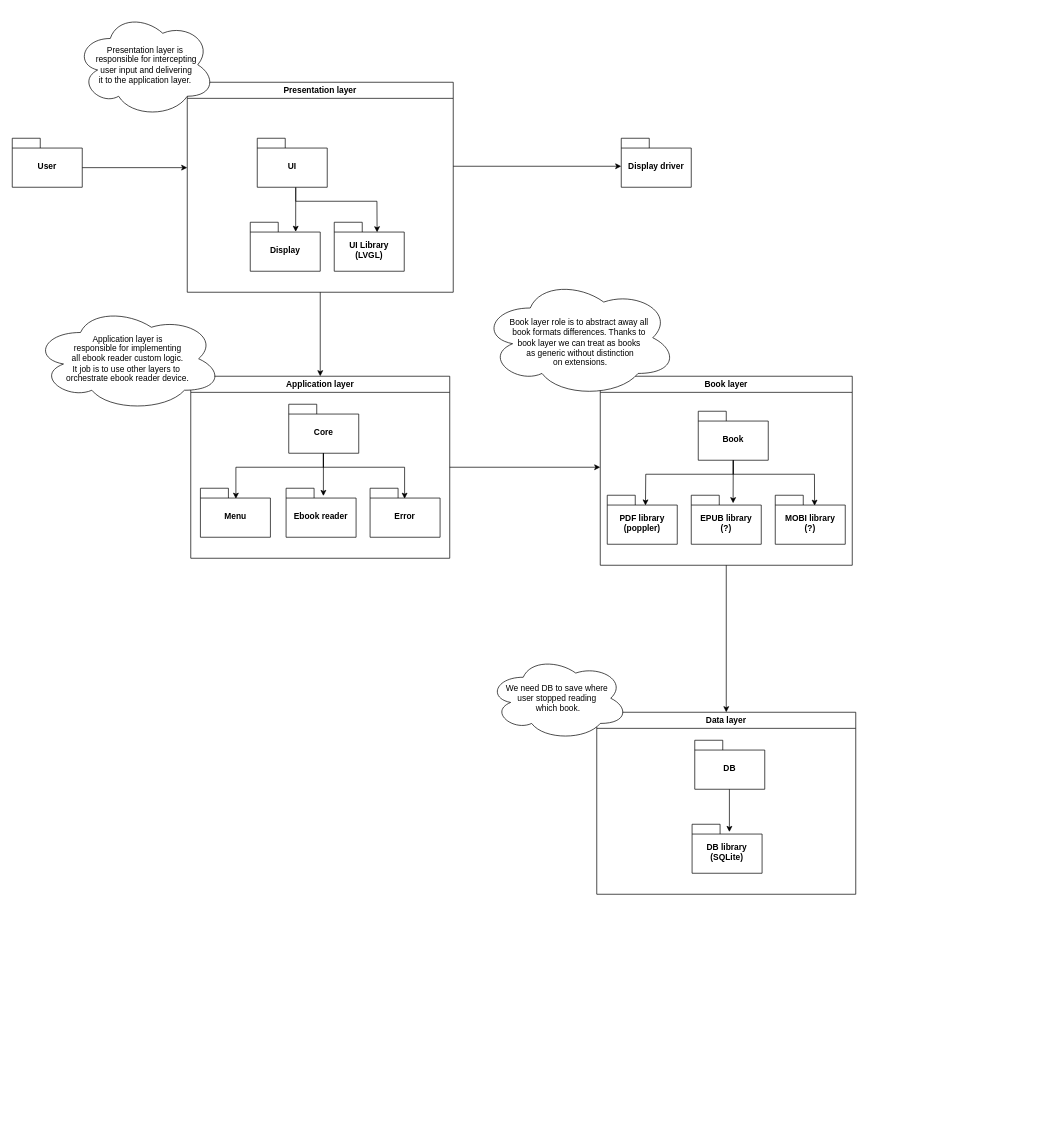
Earlier version of the draw.io diagram page "Application architecture" (1 of 3) of docs/ebook_reader_fsm.drawio (KubaTaba1uga/stm32mp135f_ebook_reader). Source tidied: cells renumbered, new cells numbered last; positions are measured from the earlier drawing's top-left corner, leaving out a move shared by most shapes. Both pictures are drawn from the tidied source at 70%, with x=0, y=0 at pixel (12, 12).
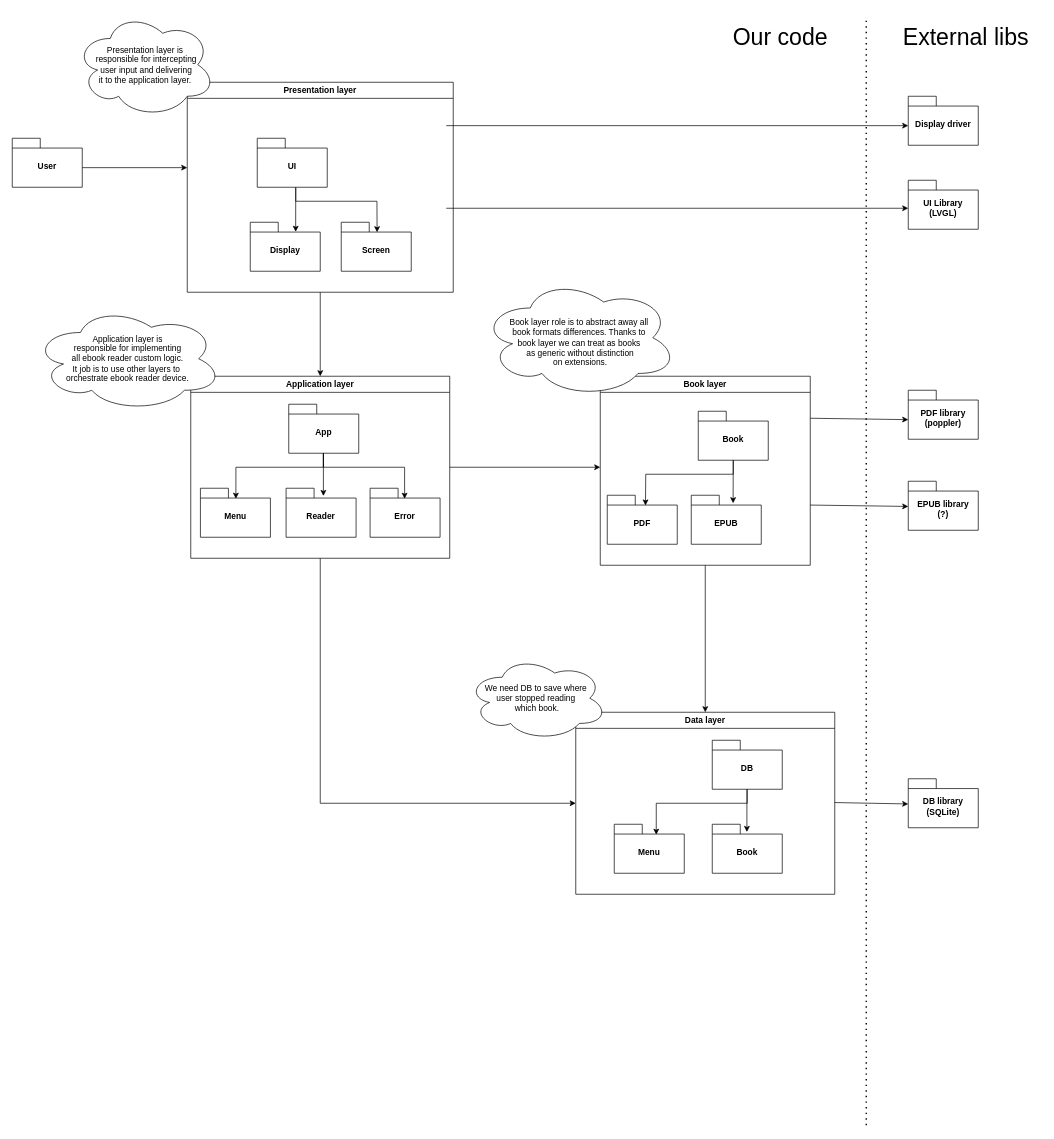
Above is the later version.

The change refers to these unchanged cells:
```xml
<mxCell id="11" value="Application layer" style="swimlane;whiteSpace=wrap;html=1;" parent="1" vertex="1">
  <mxGeometry x="255" y="520" width="370" height="260" as="geometry" />
</mxCell>
<mxCell id="20" value="Presentation layer" style="swimlane;whiteSpace=wrap;html=1;" parent="1" vertex="1">
  <mxGeometry x="250" y="100" width="380" height="300" as="geometry" />
</mxCell>
```

Diff of the diagram source:
```diff
@@
     <mxCell id="3" value="Book layer" style="swimlane;whiteSpace=wrap;html=1;" parent="1" vertex="1">
-      <mxGeometry x="840" y="520" width="360" height="270" as="geometry" />
+      <mxGeometry x="840" y="520" width="300" height="270" as="geometry" />
     </mxCell>
@@
-    <mxCell id="5" value="PDF library&lt;div&gt;(poppler)&lt;/div&gt;" style="shape=folder;fontStyle=1;spacingTop=10;tabWidth=40;tabHeight=14;tabPosition=left;html=1;whiteSpace=wrap;" parent="3" vertex="1">
+    <mxCell id="5" value="PDF" style="shape=folder;fontStyle=1;spacingTop=10;tabWidth=40;tabHeight=14;tabPosition=left;html=1;whiteSpace=wrap;" parent="3" vertex="1">
       <mxGeometry x="10" y="170" width="100" height="70" as="geometry" />
     </mxCell>
-    <mxCell id="6" value="EPUB library&lt;div&gt;(?)&lt;/div&gt;" style="shape=folder;fontStyle=1;spacingTop=10;tabWidth=40;tabHeight=14;tabPosition=left;html=1;whiteSpace=wrap;" parent="3" vertex="1">
+    <mxCell id="6" value="EPUB" style="shape=folder;fontStyle=1;spacingTop=10;tabWidth=40;tabHeight=14;tabPosition=left;html=1;whiteSpace=wrap;" parent="3" vertex="1">
       <mxGeometry x="130" y="170" width="100" height="70" as="geometry" />
     </mxCell>
-    <mxCell id="7" value="MOBI library&lt;div&gt;(?)&lt;/div&gt;" style="shape=folder;fontStyle=1;spacingTop=10;tabWidth=40;tabHeight=14;tabPosition=left;html=1;whiteSpace=wrap;" parent="3" vertex="1">
-      <mxGeometry x="250" y="170" width="100" height="70" as="geometry" />
-    </mxCell>
@@
-    <mxCell id="9" style="endArrow=classic;html=1;rounded=0;entryX=0.562;entryY=0.214;entryDx=0;entryDy=0;entryPerimeter=0;" parent="3" edge="1" target="7">
-      <mxGeometry relative="1" as="geometry">
-        <mxPoint x="190" y="120" as="sourcePoint" />
-        <Array as="points">
-          <mxPoint x="190" y="140" />
-          <mxPoint x="306" y="140" />
-        </Array>
-      </mxGeometry>
-    </mxCell>
@@
-    <mxCell id="12" value="Core" style="shape=folder;fontStyle=1;spacingTop=10;tabWidth=40;tabHeight=14;tabPosition=left;html=1;whiteSpace=wrap;" parent="11" vertex="1">
+    <mxCell id="12" value="App" style="shape=folder;fontStyle=1;spacingTop=10;tabWidth=40;tabHeight=14;tabPosition=left;html=1;whiteSpace=wrap;" parent="11" vertex="1">
       <mxGeometry x="140" y="40" width="100" height="70" as="geometry" />
     </mxCell>
@@
-    <mxCell id="14" value="Ebook reader" style="shape=folder;fontStyle=1;spacingTop=10;tabWidth=40;tabHeight=14;tabPosition=left;html=1;whiteSpace=wrap;" parent="11" vertex="1">
+    <mxCell id="14" value="Reader" style="shape=folder;fontStyle=1;spacingTop=10;tabWidth=40;tabHeight=14;tabPosition=left;html=1;whiteSpace=wrap;" parent="11" vertex="1">
       <mxGeometry x="136.2" y="160" width="100" height="70" as="geometry" />
     </mxCell>
@@
-    <mxCell id="21" value="UI Library&lt;br&gt;(LVGL)" style="shape=folder;fontStyle=1;spacingTop=10;tabWidth=40;tabHeight=14;tabPosition=left;html=1;whiteSpace=wrap;" parent="20" vertex="1">
-      <mxGeometry x="210" y="200" width="100" height="70" as="geometry" />
-    </mxCell>
@@
-    <mxCell id="24" style="endArrow=classic;html=1;rounded=0;entryX=0.612;entryY=0.205;entryDx=0;entryDy=0;entryPerimeter=0;" parent="20" edge="1" target="21">
+    <mxCell id="24" style="endArrow=classic;html=1;rounded=0;entryX=0.612;entryY=0.205;entryDx=0;entryDy=0;entryPerimeter=0;" parent="20" edge="1">
       <mxGeometry relative="1" as="geometry">
         <mxPoint x="155" y="150" as="sourcePoint" />
+        <mxPoint x="271.2" y="214.3" as="targetPoint" />
         <Array as="points">
           <mxPoint x="155" y="170" />
           <mxPoint x="271" y="170" />
         </Array>
       </mxGeometry>
     </mxCell>
@@
+    <mxCell id="39" value="Screen" style="shape=folder;fontStyle=1;spacingTop=10;tabWidth=40;tabHeight=14;tabPosition=left;html=1;whiteSpace=wrap;" parent="20" vertex="1">
+      <mxGeometry x="220" y="200" width="100" height="70" as="geometry" />
+    </mxCell>
@@
     <mxCell id="31" value="Data layer" style="swimlane;whiteSpace=wrap;html=1;" parent="1" vertex="1">
-      <mxGeometry x="835" y="1000" width="370" height="260" as="geometry" />
+      <mxGeometry x="805" y="1000" width="370" height="260" as="geometry" />
     </mxCell>
     <mxCell id="32" value="DB" style="shape=folder;fontStyle=1;spacingTop=10;tabWidth=40;tabHeight=14;tabPosition=left;html=1;whiteSpace=wrap;" parent="31" vertex="1">
-      <mxGeometry x="140" y="40" width="100" height="70" as="geometry" />
+      <mxGeometry x="195" y="40" width="100" height="70" as="geometry" />
     </mxCell>
-    <mxCell id="33" value="DB library (SQLite)" style="shape=folder;fontStyle=1;spacingTop=10;tabWidth=40;tabHeight=14;tabPosition=left;html=1;whiteSpace=wrap;" parent="31" vertex="1">
-      <mxGeometry x="136.2" y="160" width="100" height="70" as="geometry" />
-    </mxCell>
     <mxCell id="34" style="endArrow=classic;html=1;rounded=0;entryX=0.598;entryY=0.163;entryDx=0;entryDy=0;entryPerimeter=0;" parent="31" edge="1">
       <mxGeometry relative="1" as="geometry">
-        <mxPoint x="189.5" y="110" as="sourcePoint" />
-        <mxPoint x="189.5" y="171" as="targetPoint" />
+        <mxPoint x="244.5" y="110" as="sourcePoint" />
+        <mxPoint x="244.5" y="171" as="targetPoint" />
       </mxGeometry>
     </mxCell>
+    <mxCell id="40" value="Book" style="shape=folder;fontStyle=1;spacingTop=10;tabWidth=40;tabHeight=14;tabPosition=left;html=1;whiteSpace=wrap;" parent="31" vertex="1">
+      <mxGeometry x="195" y="160" width="100" height="70" as="geometry" />
+    </mxCell>
+    <mxCell id="41" value="Menu" style="shape=folder;fontStyle=1;spacingTop=10;tabWidth=40;tabHeight=14;tabPosition=left;html=1;whiteSpace=wrap;" parent="31" vertex="1">
+      <mxGeometry x="55" y="160" width="100" height="70" as="geometry" />
+    </mxCell>
+    <mxCell id="42" style="endArrow=classic;html=1;rounded=0;exitX=0.5;exitY=1;exitDx=0;exitDy=0;exitPerimeter=0;entryX=0.546;entryY=0.209;entryDx=0;entryDy=0;entryPerimeter=0;" parent="31" edge="1" source="32">
+      <mxGeometry relative="1" as="geometry">
+        <mxPoint x="115" y="175" as="targetPoint" />
+        <Array as="points">
+          <mxPoint x="245" y="130" />
+          <mxPoint x="115" y="130" />
+        </Array>
+      </mxGeometry>
+    </mxCell>
     <mxCell id="35" value="&lt;div&gt;We need DB to save where&amp;nbsp;&lt;/div&gt;&lt;div&gt;user stopped reading&amp;nbsp;&lt;/div&gt;&lt;div&gt;which book.&lt;/div&gt;" style="ellipse;shape=cloud;whiteSpace=wrap;html=1;" parent="1" vertex="1">
-      <mxGeometry x="680" y="920" width="200" height="120" as="geometry" />
+      <mxGeometry x="650" y="920" width="200" height="120" as="geometry" />
     </mxCell>
@@
-    <mxCell id="37" style="endArrow=classic;html=1;rounded=0;exitX=0;exitY=0;exitDx=100;exitDy=42;exitPerimeter=0;" parent="1" edge="1">
-      <mxGeometry relative="1" as="geometry">
-        <mxPoint x="630" y="220" as="sourcePoint" />
-        <mxPoint x="870" y="220" as="targetPoint" />
-      </mxGeometry>
-    </mxCell>
     <mxCell id="38" value="Display driver" style="shape=folder;fontStyle=1;spacingTop=10;tabWidth=40;tabHeight=14;tabPosition=left;html=1;whiteSpace=wrap;" parent="1" vertex="1">
-      <mxGeometry x="870" y="180" width="100" height="70" as="geometry" />
+      <mxGeometry x="1280" y="120" width="100" height="70" as="geometry" />
     </mxCell>
+    <mxCell id="21" value="UI Library&lt;br&gt;(LVGL)" style="shape=folder;fontStyle=1;spacingTop=10;tabWidth=40;tabHeight=14;tabPosition=left;html=1;whiteSpace=wrap;" parent="1" vertex="1">
+      <mxGeometry x="1280" y="240" width="100" height="70" as="geometry" />
+    </mxCell>
+    <mxCell id="43" style="endArrow=classic;html=1;rounded=0;exitX=0.5;exitY=1;exitDx=0;exitDy=0;entryX=0;entryY=0.5;entryDx=0;entryDy=0;" parent="1" edge="1" source="11" target="31">
+      <mxGeometry relative="1" as="geometry">
+        <Array as="points">
+          <mxPoint x="440" y="1130" />
+        </Array>
+      </mxGeometry>
+    </mxCell>
+    <mxCell id="33" value="DB library (SQLite)" style="shape=folder;fontStyle=1;spacingTop=10;tabWidth=40;tabHeight=14;tabPosition=left;html=1;whiteSpace=wrap;" parent="1" vertex="1">
+      <mxGeometry x="1280" y="1095" width="100" height="70" as="geometry" />
+    </mxCell>
+    <mxCell id="44" value="PDF library&lt;div&gt;(poppler)&lt;/div&gt;" style="shape=folder;fontStyle=1;spacingTop=10;tabWidth=40;tabHeight=14;tabPosition=left;html=1;whiteSpace=wrap;" parent="1" vertex="1">
+      <mxGeometry x="1280" y="540" width="100" height="70" as="geometry" />
+    </mxCell>
+    <mxCell id="45" value="EPUB library&lt;div&gt;(?)&lt;/div&gt;" style="shape=folder;fontStyle=1;spacingTop=10;tabWidth=40;tabHeight=14;tabPosition=left;html=1;whiteSpace=wrap;" parent="1" vertex="1">
+      <mxGeometry x="1280" y="670" width="100" height="70" as="geometry" />
+    </mxCell>
+    <mxCell id="46" style="endArrow=classic;html=1;rounded=0;entryX=0;entryY=0;entryDx=0;entryDy=42;entryPerimeter=0;" parent="1" edge="1" target="38">
+      <mxGeometry relative="1" as="geometry">
+        <mxPoint x="620" y="162" as="sourcePoint" />
+      </mxGeometry>
+    </mxCell>
+    <mxCell id="47" style="endArrow=classic;html=1;rounded=0;entryX=0;entryY=0;entryDx=0;entryDy=42;entryPerimeter=0;" parent="1" edge="1">
+      <mxGeometry relative="1" as="geometry">
+        <mxPoint x="620" y="280" as="sourcePoint" />
+        <mxPoint x="1280" y="280" as="targetPoint" />
+      </mxGeometry>
+    </mxCell>
+    <mxCell id="48" style="endArrow=classic;html=1;rounded=0;entryX=0;entryY=0;entryDx=0;entryDy=42;entryPerimeter=0;" parent="1" edge="1" target="44">
+      <mxGeometry relative="1" as="geometry">
+        <mxPoint x="1140" y="580" as="sourcePoint" />
+      </mxGeometry>
+    </mxCell>
+    <mxCell id="49" style="endArrow=classic;html=1;rounded=0;entryX=0;entryY=0;entryDx=0;entryDy=42;entryPerimeter=0;" parent="1" edge="1">
+      <mxGeometry relative="1" as="geometry">
+        <mxPoint x="1140" y="704" as="sourcePoint" />
+        <mxPoint x="1280" y="706" as="targetPoint" />
+      </mxGeometry>
+    </mxCell>
+    <mxCell id="50" style="endArrow=classic;html=1;rounded=0;" parent="1" edge="1">
+      <mxGeometry relative="1" as="geometry">
+        <mxPoint x="1175" y="1129" as="sourcePoint" />
+        <mxPoint x="1280" y="1131" as="targetPoint" />
+      </mxGeometry>
+    </mxCell>
+    <mxCell id="51" style="endArrow=none;dashed=1;html=1;dashPattern=1 3;strokeWidth=2;rounded=0;" parent="1" edge="1">
+      <mxGeometry relative="1" as="geometry">
+        <mxPoint x="1220" y="1590" as="sourcePoint" />
+        <mxPoint x="1220" y="10" as="targetPoint" />
+      </mxGeometry>
+    </mxCell>
+    <mxCell id="52" value="Our code" style="text;html=1;whiteSpace=wrap;strokeColor=none;fillColor=none;align=center;verticalAlign=middle;rounded=0;fontSize=33;" parent="1" vertex="1">
+      <mxGeometry x="1020" y="20" width="155" height="30" as="geometry" />
+    </mxCell>
+    <mxCell id="53" value="External libs" style="text;html=1;whiteSpace=wrap;strokeColor=none;fillColor=none;align=center;verticalAlign=middle;rounded=0;fontSize=33;" parent="1" vertex="1">
+      <mxGeometry x="1255" y="20" width="215" height="30" as="geometry" />
+    </mxCell>
```
